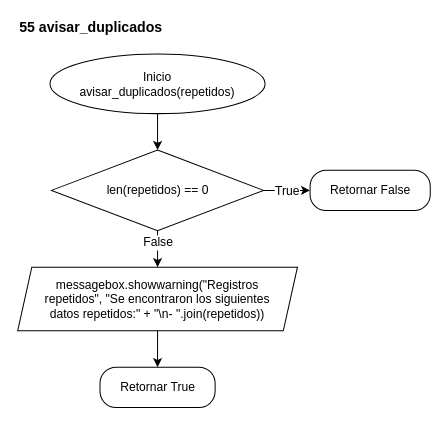
Before: page "55 avisar_duplicados" (8 of 21) of Mini_Proyecto_2/Diagramas_Flujo/Diagramas_Mini_Proyecto_2.drawio in MichaelNavAch/Miniproyectos-Fund.-Algoritmos-y-Progam., a draw.io diagram. Source tidied: cells renumbered, new cells numbered last; positions are measured from the earlier drawing's top-left corner, leaving out a move shared by most shapes. Both pictures are drawn from the tidied source at 101%, with x=0, y=0 at pixel (17, 17).
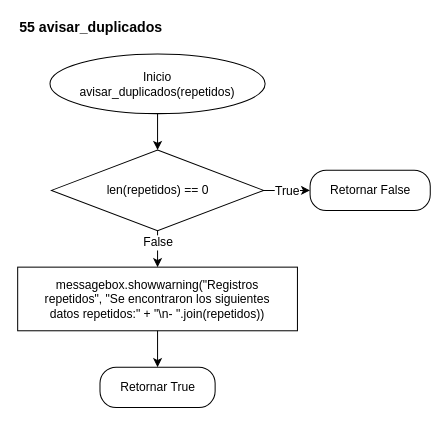
The same page after the edit.

What changed in the source:
```diff
@@
 <mxGraphModel>
   <root>
     <mxCell id="0" />
     <mxCell id="1" parent="0" />
     <mxCell id="2" value="55 avisar_duplicados" style="text;html=1;align=left;verticalAlign=middle;fontStyle=1;fontSize=14;fontFamily=Helvetica;fontColor=#000000;" parent="1" vertex="1">
       <mxGeometry width="408.5" height="20" as="geometry" />
     </mxCell>
     <mxCell id="3" value="Inicio&lt;br&gt;avisar_duplicados(repetidos)" style="ellipse;whiteSpace=wrap;html=1;fontFamily=Helvetica;fontSize=12;fillColor=#FFFFFF;strokeColor=#000000;fontColor=#000000;" parent="1" vertex="1">
       <mxGeometry x="32" y="36" width="213" height="59" as="geometry" />
     </mxCell>
     <mxCell id="4" value="len(repetidos) == 0" style="rhombus;whiteSpace=wrap;html=1;fontFamily=Helvetica;fontSize=12;fillColor=#FFFFFF;strokeColor=#000000;fontColor=#000000;" parent="1" vertex="1">
       <mxGeometry x="33.5" y="131" width="210" height="80" as="geometry" />
     </mxCell>
     <mxCell id="5" value="Retornar False" style="rounded=1;whiteSpace=wrap;html=1;arcSize=40;fontFamily=Helvetica;fontSize=12;fillColor=#FFFFFF;strokeColor=#000000;fontColor=#000000;" parent="1" vertex="1">
       <mxGeometry x="289.5" y="151" width="119" height="40" as="geometry" />
     </mxCell>
-    <mxCell id="6" value="messagebox.showwarning(&quot;Registros&lt;br&gt;repetidos&quot;, &quot;Se encontraron los siguientes&lt;br&gt;datos repetidos:&quot; + &quot;\n- &quot;.join(repetidos))" style="shape=parallelogram;perimeter=parallelogramPerimeter;whiteSpace=wrap;html=1;fixedSize=1;size=14;fontFamily=Helvetica;fontSize=12;fillColor=#FFFFFF;strokeColor=#000000;fontColor=#000000;" parent="1" vertex="1">
+    <mxCell id="6" value="messagebox.showwarning(&quot;Registros&lt;br&gt;repetidos&quot;, &quot;Se encontraron los siguientes&lt;br&gt;datos repetidos:&quot; + &quot;\n- &quot;.join(repetidos))" style="rounded=0;whiteSpace=wrap;html=1;fontFamily=Helvetica;fontSize=12;fillColor=#FFFFFF;strokeColor=#000000;fontColor=#000000;" parent="1" vertex="1">
       <mxGeometry y="247" width="277" height="63" as="geometry" />
     </mxCell>
     <mxCell id="7" value="Retornar True" style="rounded=1;whiteSpace=wrap;html=1;arcSize=40;fontFamily=Helvetica;fontSize=12;fillColor=#FFFFFF;strokeColor=#000000;fontColor=#000000;" parent="1" vertex="1">
       <mxGeometry x="81.5" y="346" width="114" height="40" as="geometry" />
     </mxCell>
     <mxCell id="8" style="edgeStyle=none;html=1;rounded=0;endArrow=classic;endFill=1;strokeColor=#000000;fontColor=#000000;fontFamily=Helvetica;fontSize=12;labelBackgroundColor=#FFFFFF;exitX=0.5;exitY=1;exitDx=0;exitDy=0;entryX=0.5;entryY=0;entryDx=0;entryDy=0;" parent="1" edge="1" source="3" target="4">
       <mxGeometry relative="1" as="geometry" />
     </mxCell>
     <mxCell id="9" style="edgeStyle=none;html=1;rounded=0;endArrow=classic;endFill=1;strokeColor=#000000;fontColor=#000000;fontFamily=Helvetica;fontSize=12;labelBackgroundColor=#FFFFFF;exitX=1;exitY=0.5;exitDx=0;exitDy=0;entryX=0;entryY=0.5;entryDx=0;entryDy=0;" parent="1" edge="1" source="4" target="5">
       <mxGeometry relative="1" as="geometry" />
     </mxCell>
     <mxCell id="10" value="True" style="edgeLabel;html=1;align=center;verticalAlign=middle;fontFamily=Helvetica;fontSize=12;labelBackgroundColor=#FFFFFF;fontColor=#000000;" parent="9" vertex="1">
       <mxGeometry relative="1" as="geometry" />
     </mxCell>
     <mxCell id="11" style="edgeStyle=none;html=1;rounded=0;endArrow=classic;endFill=1;strokeColor=#000000;fontColor=#000000;fontFamily=Helvetica;fontSize=12;labelBackgroundColor=#FFFFFF;exitX=0.5;exitY=1;exitDx=0;exitDy=0;entryX=0.5;entryY=0;entryDx=0;entryDy=0;" parent="1" edge="1" source="4" target="6">
       <mxGeometry relative="1" as="geometry" />
     </mxCell>
     <mxCell id="12" value="False" style="edgeLabel;html=1;align=center;verticalAlign=middle;fontFamily=Helvetica;fontSize=12;labelBackgroundColor=#FFFFFF;fontColor=#000000;" parent="11" vertex="1">
       <mxGeometry x="-0.39" relative="1" as="geometry" />
     </mxCell>
     <mxCell id="13" style="edgeStyle=none;html=1;rounded=0;endArrow=classic;endFill=1;strokeColor=#000000;fontColor=#000000;fontFamily=Helvetica;fontSize=12;labelBackgroundColor=#FFFFFF;exitX=0.5;exitY=1;exitDx=0;exitDy=0;entryX=0.5;entryY=0;entryDx=0;entryDy=0;" parent="1" edge="1" source="6" target="7">
       <mxGeometry relative="1" as="geometry" />
     </mxCell>
   </root>
 </mxGraphModel>
```
